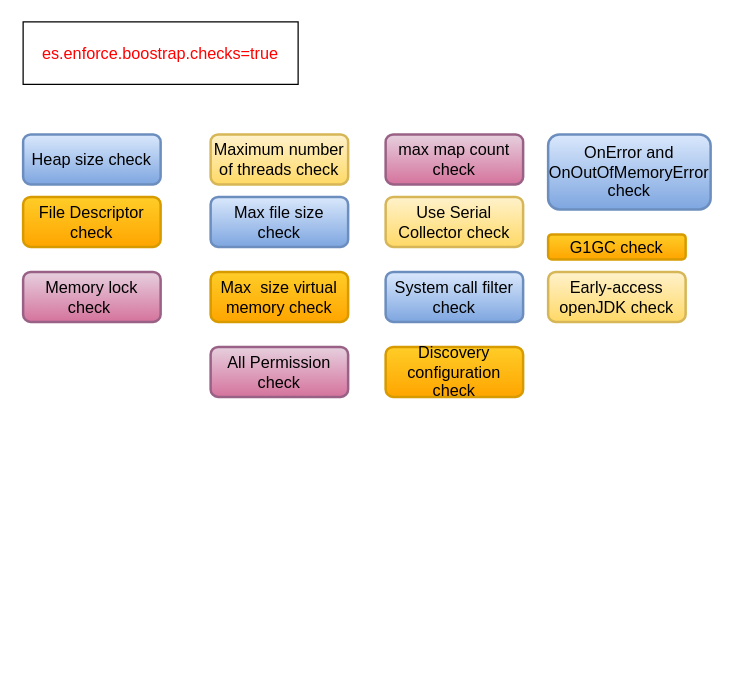
paramothers/books keeps this draw.io diagram as page "Prod Bootstrap Check" (8 of 9) of My Articles/elastic stack/ElasticSearch setup and configuration.drawio. Above is the earlier version. Source tidied: cells renumbered, new cells numbered last; positions are measured from the earlier drawing's top-left corner, leaving out a move shared by most shapes. Both pictures are drawn from the tidied source at 125%, with x=0, y=0 at pixel (22, 21).
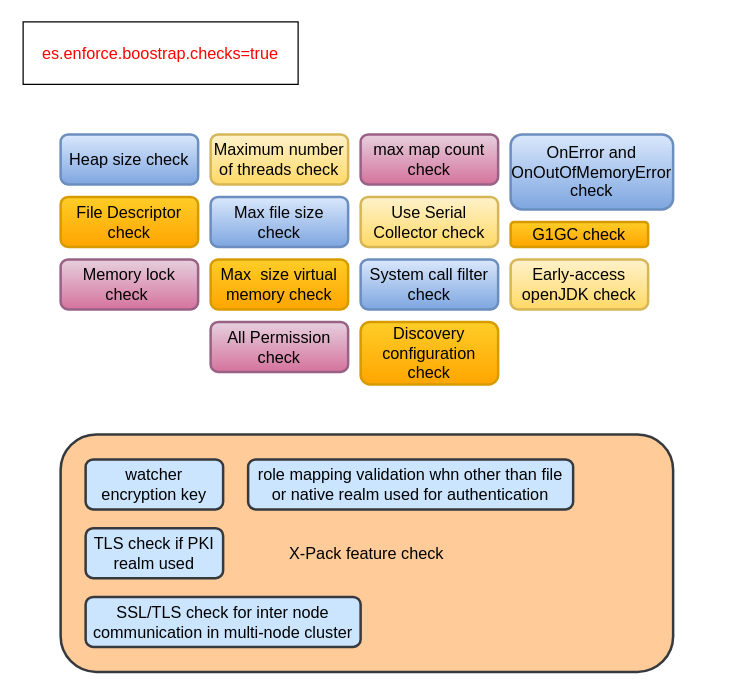
After the change.

Change to the diagram source:
```diff
@@
     <mxCell id="3" value="&lt;font color=&quot;#000000&quot;&gt;Heap size check&lt;/font&gt;" style="rounded=1;whiteSpace=wrap;html=1;labelBackgroundColor=none;strokeColor=#6c8ebf;strokeWidth=2;fillColor=#dae8fc;fontSize=13;gradientColor=#7ea6e0;" parent="1" vertex="1">
-      <mxGeometry y="90" width="110" height="40" as="geometry" />
+      <mxGeometry x="30" y="90" width="110" height="40" as="geometry" />
     </mxCell>
     <mxCell id="4" value="&lt;font color=&quot;#000000&quot;&gt;File Descriptor check&lt;/font&gt;" style="rounded=1;whiteSpace=wrap;html=1;labelBackgroundColor=none;strokeColor=#d79b00;strokeWidth=2;fillColor=#ffcd28;fontSize=13;gradientColor=#ffa500;" parent="1" vertex="1">
-      <mxGeometry y="140" width="110" height="40" as="geometry" />
+      <mxGeometry x="30" y="140" width="110" height="40" as="geometry" />
     </mxCell>
     <mxCell id="5" value="&lt;font color=&quot;#000000&quot;&gt;Memory lock check&amp;nbsp;&lt;/font&gt;" style="rounded=1;whiteSpace=wrap;html=1;labelBackgroundColor=none;strokeColor=#996185;strokeWidth=2;fillColor=#e6d0de;fontSize=13;gradientColor=#d5739d;" parent="1" vertex="1">
-      <mxGeometry y="200" width="110" height="40" as="geometry" />
+      <mxGeometry x="30" y="190" width="110" height="40" as="geometry" />
     </mxCell>
@@
     <mxCell id="8" value="&lt;font color=&quot;#000000&quot;&gt;Max&amp;nbsp; size virtual memory check&lt;/font&gt;" style="rounded=1;whiteSpace=wrap;html=1;labelBackgroundColor=none;strokeColor=#d79b00;strokeWidth=2;fillColor=#ffcd28;fontSize=13;gradientColor=#ffa500;" parent="1" vertex="1">
-      <mxGeometry x="150" y="200" width="110" height="40" as="geometry" />
+      <mxGeometry x="150" y="190" width="110" height="40" as="geometry" />
     </mxCell>
     <mxCell id="9" value="&lt;font color=&quot;#000000&quot;&gt;max map count check&lt;/font&gt;" style="rounded=1;whiteSpace=wrap;html=1;labelBackgroundColor=none;strokeColor=#996185;strokeWidth=2;fillColor=#e6d0de;fontSize=13;gradientColor=#d5739d;" parent="1" vertex="1">
-      <mxGeometry x="290" y="90" width="110" height="40" as="geometry" />
+      <mxGeometry x="270" y="90" width="110" height="40" as="geometry" />
     </mxCell>
     <mxCell id="10" value="&lt;font color=&quot;#000000&quot;&gt;Use Serial Collector check&lt;/font&gt;" style="rounded=1;whiteSpace=wrap;html=1;labelBackgroundColor=none;strokeColor=#d6b656;strokeWidth=2;fillColor=#fff2cc;fontSize=13;gradientColor=#ffd966;" parent="1" vertex="1">
-      <mxGeometry x="290" y="140" width="110" height="40" as="geometry" />
+      <mxGeometry x="270" y="140" width="110" height="40" as="geometry" />
     </mxCell>
     <mxCell id="11" value="&lt;font color=&quot;#000000&quot;&gt;System call filter check&lt;/font&gt;" style="rounded=1;whiteSpace=wrap;html=1;labelBackgroundColor=none;strokeColor=#6c8ebf;strokeWidth=2;fillColor=#dae8fc;fontSize=13;gradientColor=#7ea6e0;" parent="1" vertex="1">
-      <mxGeometry x="290" y="200" width="110" height="40" as="geometry" />
+      <mxGeometry x="270" y="190" width="110" height="40" as="geometry" />
     </mxCell>
     <mxCell id="12" value="&lt;font color=&quot;#000000&quot;&gt;OnError and OnOutOfMemoryError check&lt;/font&gt;" style="rounded=1;whiteSpace=wrap;html=1;labelBackgroundColor=none;strokeColor=#6c8ebf;strokeWidth=2;fillColor=#dae8fc;fontSize=13;gradientColor=#7ea6e0;" parent="1" vertex="1">
-      <mxGeometry x="420" y="90" width="130" height="60" as="geometry" />
+      <mxGeometry x="390" y="90" width="130" height="60" as="geometry" />
     </mxCell>
     <mxCell id="13" value="&lt;font color=&quot;#000000&quot;&gt;Early-access openJDK check&lt;/font&gt;" style="rounded=1;whiteSpace=wrap;html=1;labelBackgroundColor=none;strokeColor=#d6b656;strokeWidth=2;fillColor=#fff2cc;fontSize=13;gradientColor=#ffd966;" parent="1" vertex="1">
-      <mxGeometry x="420" y="200" width="110" height="40" as="geometry" />
+      <mxGeometry x="390" y="190" width="110" height="40" as="geometry" />
     </mxCell>
     <mxCell id="14" value="&lt;font color=&quot;#000000&quot;&gt;G1GC check&lt;/font&gt;" style="rounded=1;whiteSpace=wrap;html=1;labelBackgroundColor=none;strokeColor=#d79b00;strokeWidth=2;fillColor=#ffcd28;fontSize=13;gradientColor=#ffa500;" parent="1" vertex="1">
-      <mxGeometry x="420" y="170" width="110" height="20" as="geometry" />
+      <mxGeometry x="390" y="160" width="110" height="20" as="geometry" />
     </mxCell>
     <mxCell id="15" value="&lt;font color=&quot;#000000&quot;&gt;All Permission check&lt;/font&gt;" style="rounded=1;whiteSpace=wrap;html=1;labelBackgroundColor=none;strokeColor=#996185;strokeWidth=2;fillColor=#e6d0de;fontSize=13;gradientColor=#d5739d;" parent="1" vertex="1">
-      <mxGeometry x="150" y="260" width="110" height="40" as="geometry" />
+      <mxGeometry x="150" y="240" width="110" height="40" as="geometry" />
     </mxCell>
     <mxCell id="16" value="&lt;font color=&quot;#000000&quot;&gt;Discovery configuration check&lt;/font&gt;" style="rounded=1;whiteSpace=wrap;html=1;labelBackgroundColor=none;strokeColor=#d79b00;strokeWidth=2;fillColor=#ffcd28;fontSize=13;gradientColor=#ffa500;" parent="1" vertex="1">
-      <mxGeometry x="290" y="260" width="110" height="40" as="geometry" />
+      <mxGeometry x="270" y="240" width="110" height="50" as="geometry" />
     </mxCell>
+    <mxCell id="17" value="X-Pack feature check" style="rounded=1;whiteSpace=wrap;html=1;labelBackgroundColor=none;strokeColor=#36393d;strokeWidth=2;fillColor=#ffcc99;fontSize=13;" parent="1" vertex="1">
+      <mxGeometry x="30" y="330" width="490" height="190" as="geometry" />
+    </mxCell>
+    <mxCell id="18" value="watcher encryption key" style="rounded=1;whiteSpace=wrap;html=1;labelBackgroundColor=none;strokeColor=#36393d;strokeWidth=2;fillColor=#cce5ff;fontSize=13;" parent="1" vertex="1">
+      <mxGeometry x="50" y="350" width="110" height="40" as="geometry" />
+    </mxCell>
+    <mxCell id="19" value="TLS check if PKI realm used" style="rounded=1;whiteSpace=wrap;html=1;labelBackgroundColor=none;strokeColor=#36393d;strokeWidth=2;fillColor=#cce5ff;fontSize=13;" parent="1" vertex="1">
+      <mxGeometry x="50" y="405" width="110" height="40" as="geometry" />
+    </mxCell>
+    <mxCell id="20" value="role mapping validation whn other than file or native realm used for authentication" style="rounded=1;whiteSpace=wrap;html=1;labelBackgroundColor=none;strokeColor=#36393d;strokeWidth=2;fillColor=#cce5ff;fontSize=13;" parent="1" vertex="1">
+      <mxGeometry x="180" y="350" width="260" height="40" as="geometry" />
+    </mxCell>
+    <mxCell id="21" value="SSL/TLS check for inter node communication in multi-node cluster" style="rounded=1;whiteSpace=wrap;html=1;labelBackgroundColor=none;strokeColor=#36393d;strokeWidth=2;fillColor=#cce5ff;fontSize=13;" parent="1" vertex="1">
+      <mxGeometry x="50" y="460" width="220" height="40" as="geometry" />
+    </mxCell>
```
